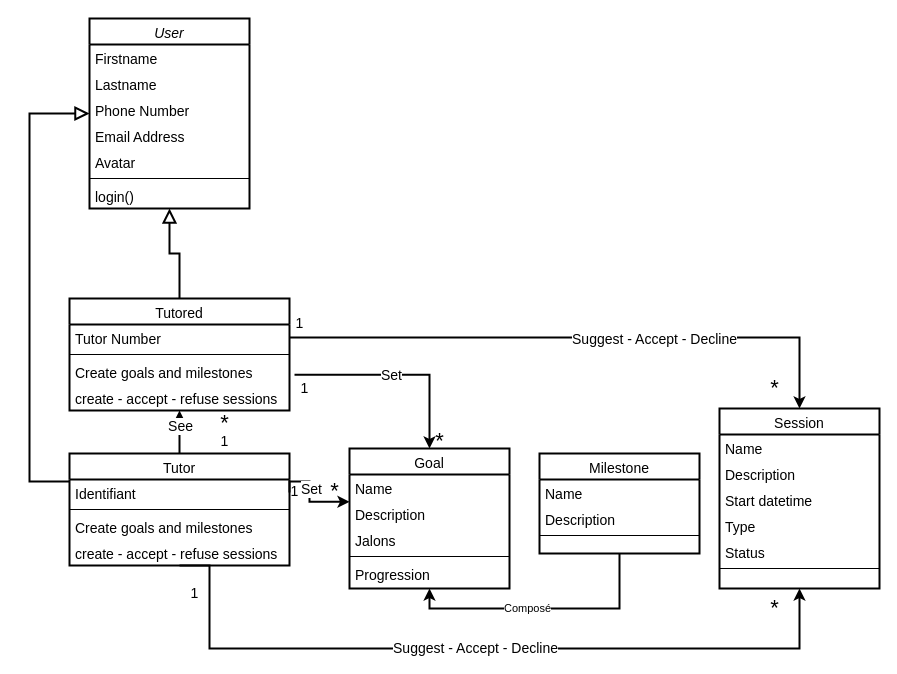
This is page "Diagramme de classes" (4 of 4) of uml_avenirs.drawio from cbeauquel/oc_projet9, a draw.io file, before an edit. Source tidied: cells renumbered, new cells numbered last; positions are measured from the earlier drawing's top-left corner, leaving out a move shared by most shapes. Both pictures are drawn from the tidied source at 100%, with x=0, y=0 at pixel (29, 18).
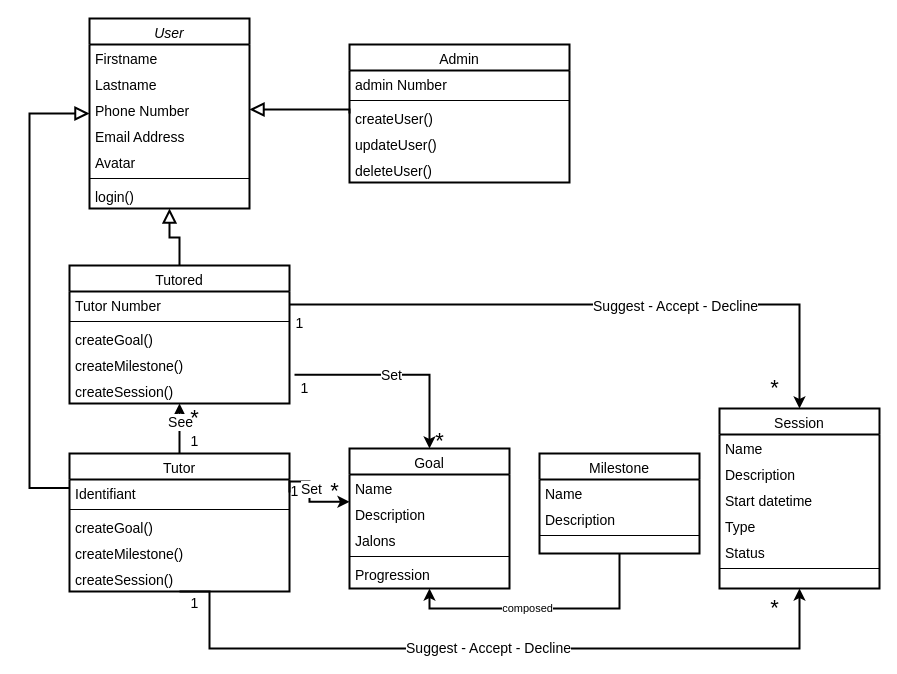
Above is the later version.

The change refers to these unchanged cells:
```xml
<mxCell id="5" value="Phone Number" style="text;align=left;verticalAlign=top;spacingLeft=4;spacingRight=4;overflow=hidden;points=[[0,0.5],[1,0.5]];portConstraint=eastwest;rounded=0;shadow=0;html=0;fontSize=14;" parent="2" vertex="1">
  <mxGeometry y="78" width="160" height="26" as="geometry" />
</mxCell>
<mxCell id="30" style="edgeStyle=orthogonalEdgeStyle;rounded=0;jettySize=auto;html=1;exitX=0.5;exitY=1;exitDx=0;exitDy=0;entryX=0.5;entryY=1;entryDx=0;entryDy=0;strokeWidth=2;startArrow=classic;startFill=1;endArrow=none;endFill=0;" parent="1" edge="1" source="32" target="57">
  <mxGeometry relative="1" as="geometry" />
</mxCell>
```

Change to the diagram source:
```diff
@@
     <mxCell id="12" value="Tutored" style="swimlane;fontStyle=0;align=center;verticalAlign=top;horizontal=1;startSize=26;rounded=0;shadow=0;strokeWidth=2;fontSize=14;" parent="1" vertex="1">
-      <mxGeometry x="40" y="280" width="220" height="112" as="geometry" />
+      <mxGeometry x="40" y="247" width="220" height="138" as="geometry" />
     </mxCell>
@@
-    <mxCell id="15" value="Create goals and milestones" style="text;align=left;verticalAlign=top;spacingLeft=4;spacingRight=4;overflow=hidden;fontSize=14;" parent="12" vertex="1">
+    <mxCell id="15" value="createGoal()" style="text;align=left;verticalAlign=top;spacingLeft=4;spacingRight=4;overflow=hidden;fontSize=14;" parent="12" vertex="1">
       <mxGeometry y="60" width="220" height="26" as="geometry" />
     </mxCell>
+    <mxCell id="61" value="createMilestone()" style="text;align=left;verticalAlign=top;spacingLeft=4;spacingRight=4;overflow=hidden;fontSize=14;" parent="12" vertex="1">
+      <mxGeometry y="86" width="220" height="26" as="geometry" />
+    </mxCell>
-    <mxCell id="16" value="create - accept - refuse sessions" style="text;align=left;verticalAlign=top;spacingLeft=4;spacingRight=4;overflow=hidden;fontSize=14;" parent="12" vertex="1">
-      <mxGeometry y="86" width="220" height="26" as="geometry" />
+    <mxCell id="16" value="createSession()" style="text;align=left;verticalAlign=top;spacingLeft=4;spacingRight=4;overflow=hidden;fontSize=14;" parent="12" vertex="1">
+      <mxGeometry y="112" width="220" height="26" as="geometry" />
     </mxCell>
@@
     <mxCell id="24" value="Tutor" style="swimlane;fontStyle=0;align=center;verticalAlign=top;horizontal=1;startSize=26;rounded=0;shadow=0;strokeWidth=2;fontSize=14;" parent="1" vertex="1">
-      <mxGeometry x="40" y="435" width="220" height="112" as="geometry" />
+      <mxGeometry x="40" y="435" width="220" height="138" as="geometry" />
     </mxCell>
@@
-    <mxCell id="27" value="Create goals and milestones" style="text;align=left;verticalAlign=top;spacingLeft=4;spacingRight=4;overflow=hidden;fontSize=14;" parent="24" vertex="1">
-      <mxGeometry y="60" width="220" height="26" as="geometry" />
-    </mxCell>
-    <mxCell id="28" value="create - accept - refuse sessions" style="text;align=left;verticalAlign=top;spacingLeft=4;spacingRight=4;overflow=hidden;fontSize=14;" parent="24" vertex="1">
-      <mxGeometry y="86" width="220" height="26" as="geometry" />
-    </mxCell>
+    <mxCell id="62" value="createGoal()" style="text;align=left;verticalAlign=top;spacingLeft=4;spacingRight=4;overflow=hidden;fontSize=14;" parent="24" vertex="1">
+      <mxGeometry y="60" width="220" height="26" as="geometry" />
+    </mxCell>
+    <mxCell id="63" value="createMilestone()" style="text;align=left;verticalAlign=top;spacingLeft=4;spacingRight=4;overflow=hidden;fontSize=14;" parent="24" vertex="1">
+      <mxGeometry y="86" width="220" height="26" as="geometry" />
+    </mxCell>
+    <mxCell id="64" value="createSession()" style="text;align=left;verticalAlign=top;spacingLeft=4;spacingRight=4;overflow=hidden;fontSize=14;" parent="24" vertex="1">
+      <mxGeometry y="112" width="220" height="26" as="geometry" />
+    </mxCell>
@@
-    <mxCell id="31" value="Composé" style="edgeLabel;html=1;align=center;verticalAlign=middle;" parent="30" vertex="1">
+    <mxCell id="31" value="composed" style="edgeLabel;html=1;align=center;verticalAlign=middle;" parent="30" vertex="1">
       <mxGeometry x="-0.12" y="1" relative="1" as="geometry" />
     </mxCell>
@@
     <mxCell id="53" value="1" style="text;html=1;align=center;verticalAlign=middle;strokeColor=none;fillColor=none;fontSize=14;" parent="1" vertex="1">
-      <mxGeometry x="150" y="560" width="30" height="30" as="geometry" />
+      <mxGeometry x="150" y="570" width="30" height="30" as="geometry" />
     </mxCell>
@@
     <mxCell id="55" value="1" style="text;html=1;align=center;verticalAlign=middle;strokeColor=none;fillColor=none;fontSize=14;" parent="1" vertex="1">
-      <mxGeometry x="180" y="408" width="30" height="30" as="geometry" />
+      <mxGeometry x="150" y="408" width="30" height="30" as="geometry" />
     </mxCell>
     <mxCell id="56" value="&lt;font style=&quot;font-size: 22px;&quot;&gt;*&lt;/font&gt;" style="text;html=1;align=center;verticalAlign=middle;strokeColor=none;fillColor=none;strokeWidth=2;fontSize=22;" parent="1" vertex="1">
-      <mxGeometry x="180" y="385" width="30" height="40" as="geometry" />
+      <mxGeometry x="150" y="380" width="30" height="40" as="geometry" />
     </mxCell>
@@
+    <mxCell id="65" value="Admin" style="swimlane;fontStyle=0;align=center;verticalAlign=top;horizontal=1;startSize=26;rounded=0;shadow=0;strokeWidth=2;fontSize=14;" parent="1" vertex="1">
+      <mxGeometry x="320" y="26" width="220" height="138" as="geometry" />
+    </mxCell>
+    <mxCell id="66" value="admin Number" style="text;align=left;verticalAlign=top;spacingLeft=4;spacingRight=4;overflow=hidden;fontSize=14;" parent="65" vertex="1">
+      <mxGeometry y="26" width="220" height="26" as="geometry" />
+    </mxCell>
+    <mxCell id="67" style="line;html=1;strokeWidth=1;align=left;verticalAlign=middle;spacingTop=-1;spacingLeft=3;spacingRight=3;labelPosition=right;fontSize=14;" parent="65" vertex="1">
+      <mxGeometry y="52" width="220" height="8" as="geometry" />
+    </mxCell>
+    <mxCell id="68" value="createUser()" style="text;align=left;verticalAlign=top;spacingLeft=4;spacingRight=4;overflow=hidden;fontSize=14;" parent="65" vertex="1">
+      <mxGeometry y="60" width="220" height="26" as="geometry" />
+    </mxCell>
+    <mxCell id="69" value="updateUser()" style="text;align=left;verticalAlign=top;spacingLeft=4;spacingRight=4;overflow=hidden;fontSize=14;" parent="65" vertex="1">
+      <mxGeometry y="86" width="220" height="26" as="geometry" />
+    </mxCell>
+    <mxCell id="70" value="deleteUser()" style="text;align=left;verticalAlign=top;spacingLeft=4;spacingRight=4;overflow=hidden;fontSize=14;" parent="65" vertex="1">
+      <mxGeometry y="112" width="220" height="26" as="geometry" />
+    </mxCell>
+    <mxCell id="71" style="endArrow=block;endSize=10;endFill=0;shadow=0;strokeWidth=2;rounded=0;curved=0;edgeStyle=elbowEdgeStyle;elbow=vertical;fontSize=14;exitX=0;exitY=0.5;exitDx=0;exitDy=0;entryX=1;entryY=0.5;entryDx=0;entryDy=0;" parent="1" edge="1" source="65" target="5">
+      <mxGeometry relative="1" as="geometry">
+        <Array as="points">
+          <mxPoint x="250" y="91" />
+        </Array>
+      </mxGeometry>
+    </mxCell>
```
